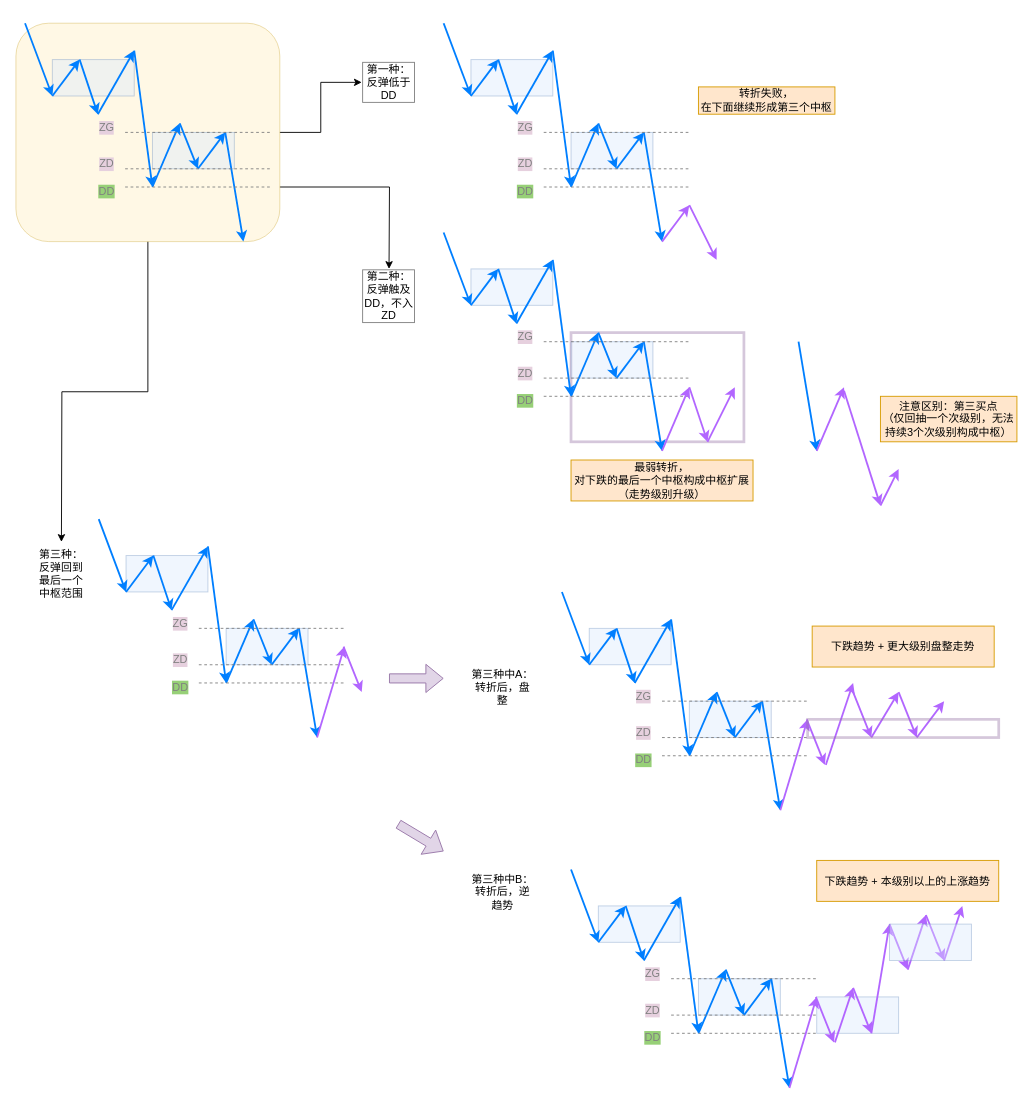
ellendan000/book-chanlun keeps this draw.io diagram as docs/chanlun/drawio-graphs/first_type_points.drawio. Above is the earlier version. Source tidied: cells renumbered, new cells numbered last; positions are measured from the earlier drawing's top-left corner, leaving out a move shared by most shapes. Both pictures are drawn from the tidied source at 91%, with x=0, y=0 at pixel (15, 23).
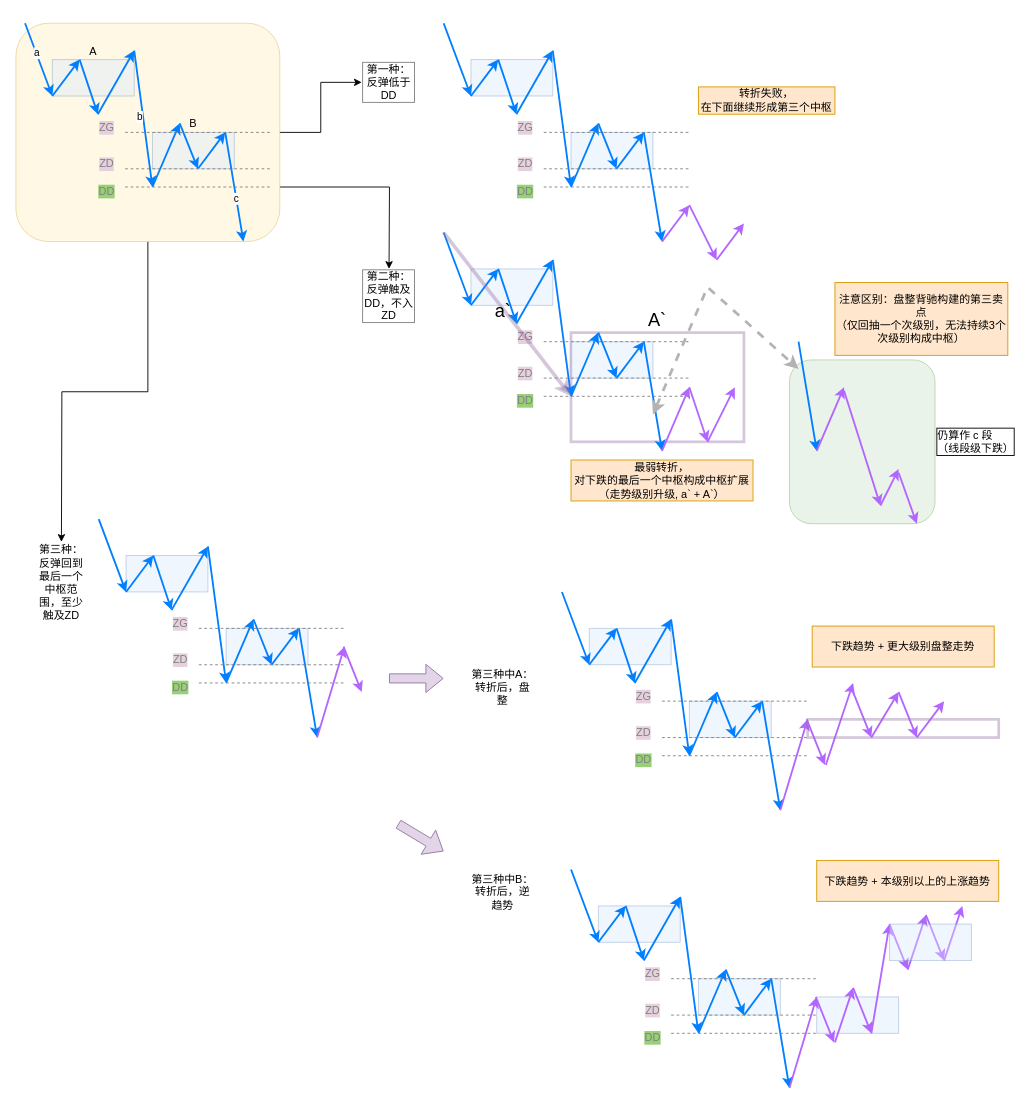
Above is the later version.

Unchanged cells that the change refers to:
```xml
<mxCell id="12" style="edgeStyle=none;orthogonalLoop=1;jettySize=auto;html=1;rounded=0;strokeColor=#007FFF;strokeWidth=2;" parent="1" edge="1">
  <mxGeometry relative="1" as="geometry">
    <mxPoint x="10" as="sourcePoint" />
    <mxPoint x="40" y="80" as="targetPoint" />
  </mxGeometry>
</mxCell>
<mxCell id="16" style="edgeStyle=none;orthogonalLoop=1;jettySize=auto;html=1;rounded=0;strokeColor=#007FFF;strokeWidth=2;" parent="1" edge="1">
  <mxGeometry relative="1" as="geometry">
    <mxPoint x="130" y="30" as="sourcePoint" />
    <mxPoint x="150" y="180" as="targetPoint" />
  </mxGeometry>
</mxCell>
<mxCell id="20" style="edgeStyle=none;orthogonalLoop=1;jettySize=auto;html=1;rounded=0;strokeColor=#007FFF;strokeWidth=2;" parent="1" edge="1">
  <mxGeometry relative="1" as="geometry">
    <mxPoint x="230" y="120" as="sourcePoint" />
    <mxPoint x="250" y="240" as="targetPoint" />
  </mxGeometry>
</mxCell>
```

The edit, as a diff of the source:
```diff
@@
+    <mxCell id="3" value="A`" style="rounded=0;whiteSpace=wrap;html=1;fillColor=none;strokeColor=#9673a6;opacity=40;strokeWidth=3;fontSize=20;labelPosition=center;verticalLabelPosition=top;align=center;verticalAlign=bottom;" parent="1" vertex="1">
+      <mxGeometry x="610" y="340" width="190" height="120" as="geometry" />
+    </mxCell>
+    <mxCell id="152" value="仍算作 c 段&lt;div&gt;（线段级下跌）&lt;/div&gt;" style="rounded=1;whiteSpace=wrap;html=1;fillColor=#d5e8d4;strokeColor=#82b366;opacity=50;align=left;verticalAlign=middle;labelPosition=right;verticalLabelPosition=middle;labelBackgroundColor=none;labelBorderColor=default;" parent="1" vertex="1">
+      <mxGeometry x="850" y="370" width="160" height="180" as="geometry" />
+    </mxCell>
@@
-    <mxCell id="3" style="rounded=0;whiteSpace=wrap;html=1;fillColor=none;strokeColor=#9673a6;opacity=40;strokeWidth=3;" parent="1" vertex="1">
-      <mxGeometry x="610" y="340" width="190" height="120" as="geometry" />
-    </mxCell>
@@
-    <mxCell id="10" style="rounded=0;whiteSpace=wrap;html=1;fillColor=#dae8fc;strokeColor=#6c8ebf;opacity=40;" parent="1" vertex="1">
+    <mxCell id="10" value="B" style="rounded=0;whiteSpace=wrap;html=1;fillColor=#dae8fc;strokeColor=#6c8ebf;opacity=40;labelPosition=center;verticalLabelPosition=top;align=center;verticalAlign=bottom;" parent="1" vertex="1">
       <mxGeometry x="150" y="120" width="90" height="40" as="geometry" />
     </mxCell>
-    <mxCell id="11" style="rounded=0;whiteSpace=wrap;html=1;fillColor=#dae8fc;strokeColor=#6c8ebf;opacity=40;" parent="1" vertex="1">
+    <mxCell id="11" value="A" style="rounded=0;whiteSpace=wrap;html=1;fillColor=#dae8fc;strokeColor=#6c8ebf;opacity=40;verticalAlign=bottom;labelPosition=center;verticalLabelPosition=top;align=center;" parent="1" vertex="1">
       <mxGeometry x="40" y="40" width="90" height="40" as="geometry" />
     </mxCell>
@@
+    <mxCell id="153" value="a" style="edgeLabel;html=1;align=center;verticalAlign=middle;" parent="12" vertex="1">
+      <mxGeometry x="-0.18" relative="1" as="geometry" />
+    </mxCell>
@@
+    <mxCell id="154" value="b" style="edgeLabel;html=1;align=center;verticalAlign=middle;" parent="16" vertex="1">
+      <mxGeometry x="-0.03" y="-4" relative="1" as="geometry" />
+    </mxCell>
@@
+    <mxCell id="155" value="c" style="edgeLabel;html=1;align=center;verticalAlign=middle;" parent="20" vertex="1">
+      <mxGeometry x="0.2" y="-1" relative="1" as="geometry" />
+    </mxCell>
@@
-    <mxCell id="66" value="第三种：反弹回到最后一个中枢范围" style="text;html=1;whiteSpace=wrap;strokeColor=none;fillColor=none;align=center;verticalAlign=middle;rounded=0;" parent="1" vertex="1">
-      <mxGeometry x="20" y="590" width="60" height="30" as="geometry" />
+    <mxCell id="66" value="第三种：反弹回到最后一个中枢范围，至少触及ZD" style="text;html=1;whiteSpace=wrap;strokeColor=none;fillColor=none;align=center;verticalAlign=middle;rounded=0;" parent="1" vertex="1">
+      <mxGeometry x="20" y="600" width="60" height="30" as="geometry" />
     </mxCell>
@@
-    <mxCell id="68" value="最弱转折，&lt;div&gt;对下跌的最后一个中枢构成中枢扩展&lt;/div&gt;&lt;div&gt;（走势级别升级）&lt;/div&gt;" style="text;html=1;whiteSpace=wrap;strokeColor=#d79b00;fillColor=#ffe6cc;align=center;verticalAlign=middle;rounded=0;" parent="1" vertex="1">
+    <mxCell id="68" value="最弱转折，&lt;div&gt;对下跌的最后一个中枢构成中枢扩展&lt;/div&gt;&lt;div&gt;（走势级别升级, a` + A`）&lt;/div&gt;" style="text;html=1;whiteSpace=wrap;strokeColor=#d79b00;fillColor=#ffe6cc;align=center;verticalAlign=middle;rounded=0;" parent="1" vertex="1">
       <mxGeometry x="610" y="480" width="200" height="45" as="geometry" />
     </mxCell>
@@
-    <mxCell id="73" value="注意区别：第三买点&lt;div&gt;（仅回抽一个次级别，无法持续3个次级别构成中枢）&lt;/div&gt;" style="text;html=1;whiteSpace=wrap;strokeColor=#d79b00;fillColor=#ffe6cc;align=center;verticalAlign=middle;rounded=0;" parent="1" vertex="1">
-      <mxGeometry x="950" y="410" width="150" height="50" as="geometry" />
+    <mxCell id="73" value="注意区别：盘整背驰构建的第三卖点&lt;div&gt;（仅回抽一个次级别，无法持续3个次级别构成中枢）&lt;/div&gt;" style="text;html=1;whiteSpace=wrap;strokeColor=#d79b00;fillColor=#ffe6cc;align=center;verticalAlign=middle;rounded=0;" parent="1" vertex="1">
+      <mxGeometry x="900" y="285" width="190" height="80" as="geometry" />
     </mxCell>
@@
+    <mxCell id="156" style="edgeStyle=none;orthogonalLoop=1;jettySize=auto;html=1;rounded=0;strokeColor=#B266FF;strokeWidth=2;" parent="1" edge="1">
+      <mxGeometry relative="1" as="geometry">
+        <mxPoint x="970" y="494" as="sourcePoint" />
+        <mxPoint x="990" y="550" as="targetPoint" />
+      </mxGeometry>
+    </mxCell>
+    <mxCell id="157" style="endArrow=classic;html=1;rounded=0;strokeColor=#B3B3B3;dashed=1;strokeWidth=3;startArrow=classic;startFill=1;" parent="1" edge="1">
+      <mxGeometry relative="1" as="geometry">
+        <mxPoint x="700" y="430" as="sourcePoint" />
+        <mxPoint x="860" y="380" as="targetPoint" />
+        <Array as="points">
+          <mxPoint x="760" y="290" />
+        </Array>
+      </mxGeometry>
+    </mxCell>
+    <mxCell id="158" style="edgeStyle=none;orthogonalLoop=1;jettySize=auto;html=1;rounded=0;strokeColor=#B266FF;strokeWidth=2;" parent="1" edge="1">
+      <mxGeometry relative="1" as="geometry">
+        <mxPoint x="770" y="260" as="sourcePoint" />
+        <mxPoint x="800" y="220" as="targetPoint" />
+      </mxGeometry>
+    </mxCell>
+    <mxCell id="159" style="endArrow=classic;html=1;rounded=0;strokeWidth=4;fillColor=#e1d5e7;strokeColor=#9673a6;opacity=40;" parent="1" edge="1">
+      <mxGeometry relative="1" as="geometry">
+        <mxPoint x="470" y="230" as="sourcePoint" />
+        <mxPoint x="610" y="410" as="targetPoint" />
+      </mxGeometry>
+    </mxCell>
+    <mxCell id="160" value="a`" style="edgeLabel;html=1;align=center;verticalAlign=middle;fontSize=20;labelBackgroundColor=none;" parent="159" vertex="1">
+      <mxGeometry x="-0.07" y="-1" relative="1" as="geometry" />
+    </mxCell>
```
